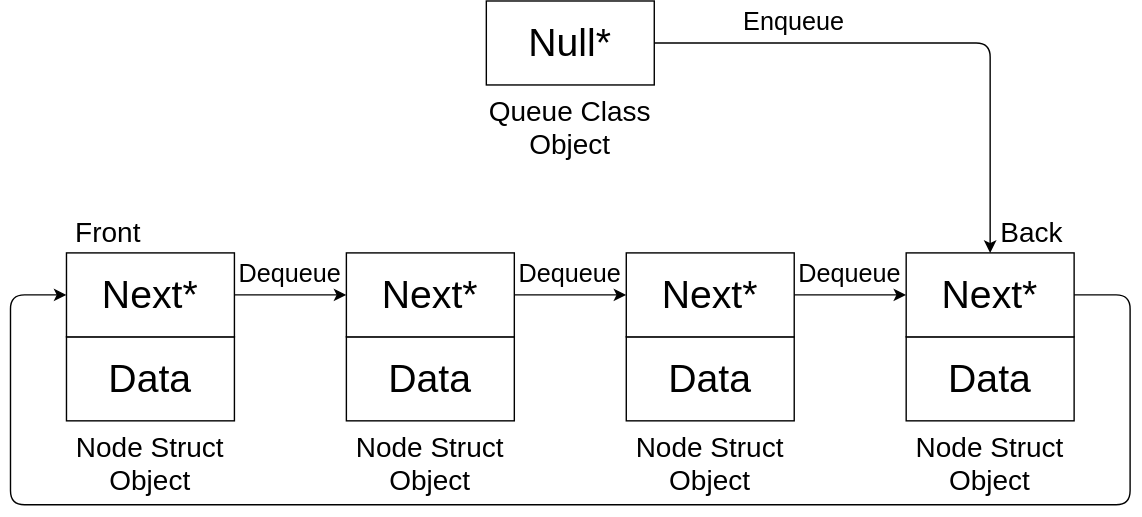
This is Diagrams/Cyclic_Queue.svg from DominicSieli/Computer-Science, a draw.io export, as it was before one commit. Source tidied: cells renumbered, new cells last; positions are measured from the earlier drawing's top-left corner, leaving out a move shared by most shapes. Source of this version:
```xml
<mxGraphModel>
  <root>
    <mxCell id="0" />
    <mxCell id="1" parent="0" />
    <mxCell id="2" value="&lt;font style=&quot;font-size: 28px&quot;&gt;Data&lt;/font&gt;" style="rounded=0;whiteSpace=wrap;html=1;" parent="1" vertex="1">
      <mxGeometry x="40" y="240" width="120" height="60" as="geometry" />
    </mxCell>
    <mxCell id="3" value="&lt;font style=&quot;font-size: 28px&quot;&gt;Next*&lt;/font&gt;" style="rounded=0;whiteSpace=wrap;html=1;" parent="1" vertex="1">
      <mxGeometry x="40" y="180" width="120" height="60" as="geometry" />
    </mxCell>
    <mxCell id="4" value="&lt;font style=&quot;font-size: 28px&quot;&gt;Data&lt;/font&gt;" style="rounded=0;whiteSpace=wrap;html=1;" parent="1" vertex="1">
      <mxGeometry x="240" y="240" width="120" height="60" as="geometry" />
    </mxCell>
    <mxCell id="5" value="&lt;font style=&quot;font-size: 28px&quot;&gt;Next*&lt;/font&gt;" style="rounded=0;whiteSpace=wrap;html=1;" parent="1" vertex="1">
      <mxGeometry x="240" y="180" width="120" height="60" as="geometry" />
    </mxCell>
    <mxCell id="6" value="&lt;font style=&quot;font-size: 28px&quot;&gt;Data&lt;/font&gt;" style="rounded=0;whiteSpace=wrap;html=1;" parent="1" vertex="1">
      <mxGeometry x="440" y="240" width="120" height="60" as="geometry" />
    </mxCell>
    <mxCell id="7" value="&lt;font style=&quot;font-size: 28px&quot;&gt;Next*&lt;/font&gt;" style="rounded=0;whiteSpace=wrap;html=1;" parent="1" vertex="1">
      <mxGeometry x="440" y="180" width="120" height="60" as="geometry" />
    </mxCell>
    <mxCell id="8" value="&lt;font style=&quot;font-size: 28px&quot;&gt;Data&lt;/font&gt;" style="rounded=0;whiteSpace=wrap;html=1;" parent="1" vertex="1">
      <mxGeometry x="640" y="240" width="120" height="60" as="geometry" />
    </mxCell>
    <mxCell id="9" value="&lt;font style=&quot;font-size: 28px&quot;&gt;Next*&lt;/font&gt;" style="rounded=0;whiteSpace=wrap;html=1;" parent="1" vertex="1">
      <mxGeometry x="640" y="180" width="120" height="60" as="geometry" />
    </mxCell>
    <mxCell id="10" style="endArrow=classic;html=1;exitX=1;exitY=0.5;exitDx=0;exitDy=0;entryX=0;entryY=0.5;entryDx=0;entryDy=0;" parent="1" edge="1" source="3" target="5">
      <mxGeometry relative="1" as="geometry" />
    </mxCell>
    <mxCell id="11" style="endArrow=classic;html=1;exitX=1;exitY=0.5;exitDx=0;exitDy=0;entryX=0;entryY=0.5;entryDx=0;entryDy=0;" parent="1" edge="1" source="5" target="7">
      <mxGeometry relative="1" as="geometry" />
    </mxCell>
    <mxCell id="12" style="endArrow=classic;html=1;entryX=0;entryY=0.5;entryDx=0;entryDy=0;exitX=1;exitY=0.5;exitDx=0;exitDy=0;" parent="1" edge="1" source="7" target="9">
      <mxGeometry relative="1" as="geometry" />
    </mxCell>
    <mxCell id="13" value="&lt;font style=&quot;font-size: 28px&quot;&gt;Null*&lt;/font&gt;" style="rounded=0;whiteSpace=wrap;html=1;" parent="1" vertex="1">
      <mxGeometry x="340" width="120" height="60" as="geometry" />
    </mxCell>
    <mxCell id="14" style="endArrow=classic;html=1;exitX=1;exitY=0.5;exitDx=0;exitDy=0;entryX=0;entryY=0.5;entryDx=0;entryDy=0;" parent="1" edge="1" source="9" target="3">
      <mxGeometry relative="1" as="geometry">
        <Array as="points">
          <mxPoint x="800" y="210" />
          <mxPoint x="800" y="360" />
          <mxPoint y="360" />
          <mxPoint y="210" />
        </Array>
      </mxGeometry>
    </mxCell>
    <mxCell id="15" value="&lt;font style=&quot;font-size: 20px&quot;&gt;Queue Class&lt;br&gt;Object&lt;br&gt;&lt;/font&gt;" style="text;html=1;strokeColor=none;fillColor=none;align=center;verticalAlign=middle;whiteSpace=wrap;rounded=0;" parent="1" vertex="1">
      <mxGeometry x="340" y="60" width="120" height="60" as="geometry" />
    </mxCell>
    <mxCell id="16" value="&lt;font style=&quot;font-size: 20px&quot;&gt;Front&lt;/font&gt;" style="text;html=1;strokeColor=none;fillColor=none;align=center;verticalAlign=middle;whiteSpace=wrap;rounded=0;" parent="1" vertex="1">
      <mxGeometry x="40" y="150" width="60" height="30" as="geometry" />
    </mxCell>
    <mxCell id="17" value="&lt;font style=&quot;font-size: 20px&quot;&gt;Node Struct&lt;br&gt;Object&lt;br&gt;&lt;/font&gt;" style="text;html=1;strokeColor=none;fillColor=none;align=center;verticalAlign=middle;whiteSpace=wrap;rounded=0;" parent="1" vertex="1">
      <mxGeometry x="40" y="300" width="120" height="60" as="geometry" />
    </mxCell>
    <mxCell id="18" value="&lt;font style=&quot;font-size: 20px&quot;&gt;Node Struct&lt;br&gt;Object&lt;br&gt;&lt;/font&gt;" style="text;html=1;strokeColor=none;fillColor=none;align=center;verticalAlign=middle;whiteSpace=wrap;rounded=0;" parent="1" vertex="1">
      <mxGeometry x="240" y="300" width="120" height="60" as="geometry" />
    </mxCell>
    <mxCell id="19" value="&lt;font style=&quot;font-size: 20px&quot;&gt;Node Struct&lt;br&gt;Object&lt;br&gt;&lt;/font&gt;" style="text;html=1;strokeColor=none;fillColor=none;align=center;verticalAlign=middle;whiteSpace=wrap;rounded=0;" parent="1" vertex="1">
      <mxGeometry x="440" y="300" width="120" height="60" as="geometry" />
    </mxCell>
    <mxCell id="20" value="&lt;font style=&quot;font-size: 20px&quot;&gt;Node Struct&lt;br&gt;Object&lt;br&gt;&lt;/font&gt;" style="text;html=1;strokeColor=none;fillColor=none;align=center;verticalAlign=middle;whiteSpace=wrap;rounded=0;" parent="1" vertex="1">
      <mxGeometry x="640" y="300" width="120" height="60" as="geometry" />
    </mxCell>
    <mxCell id="21" style="endArrow=classic;html=1;exitX=1;exitY=0.5;exitDx=0;exitDy=0;entryX=0;entryY=1;entryDx=0;entryDy=0;" parent="1" edge="1" source="13">
      <mxGeometry relative="1" as="geometry">
        <mxPoint x="700" y="180" as="targetPoint" />
        <Array as="points">
          <mxPoint x="700" y="30" />
        </Array>
      </mxGeometry>
    </mxCell>
    <mxCell id="22" value="&lt;font style=&quot;font-size: 20px&quot;&gt;Back&lt;/font&gt;" style="text;html=1;strokeColor=none;fillColor=none;align=center;verticalAlign=middle;whiteSpace=wrap;rounded=0;" parent="1" vertex="1">
      <mxGeometry x="700" y="150" width="60" height="30" as="geometry" />
    </mxCell>
    <mxCell id="23" value="&lt;font style=&quot;font-size: 18px&quot;&gt;Enqueue&lt;/font&gt;" style="text;html=1;strokeColor=none;fillColor=none;align=center;verticalAlign=middle;whiteSpace=wrap;rounded=0;" parent="1" vertex="1">
      <mxGeometry x="520" width="80" height="30" as="geometry" />
    </mxCell>
    <mxCell id="24" value="&lt;font style=&quot;font-size: 18px&quot;&gt;Dequeue&lt;/font&gt;" style="text;html=1;strokeColor=none;fillColor=none;align=center;verticalAlign=middle;whiteSpace=wrap;rounded=0;" parent="1" vertex="1">
      <mxGeometry x="160" y="180" width="80" height="30" as="geometry" />
    </mxCell>
    <mxCell id="25" value="&lt;span style=&quot;font-size: 18px&quot;&gt;Dequeue&lt;/span&gt;" style="text;html=1;strokeColor=none;fillColor=none;align=center;verticalAlign=middle;whiteSpace=wrap;rounded=0;" parent="1" vertex="1">
      <mxGeometry x="360" y="180" width="80" height="30" as="geometry" />
    </mxCell>
    <mxCell id="26" value="&lt;span style=&quot;font-size: 18px&quot;&gt;Dequeue&lt;/span&gt;" style="text;html=1;strokeColor=none;fillColor=none;align=center;verticalAlign=middle;whiteSpace=wrap;rounded=0;" parent="1" vertex="1">
      <mxGeometry x="560" y="180" width="80" height="30" as="geometry" />
    </mxCell>
  </root>
</mxGraphModel>
```
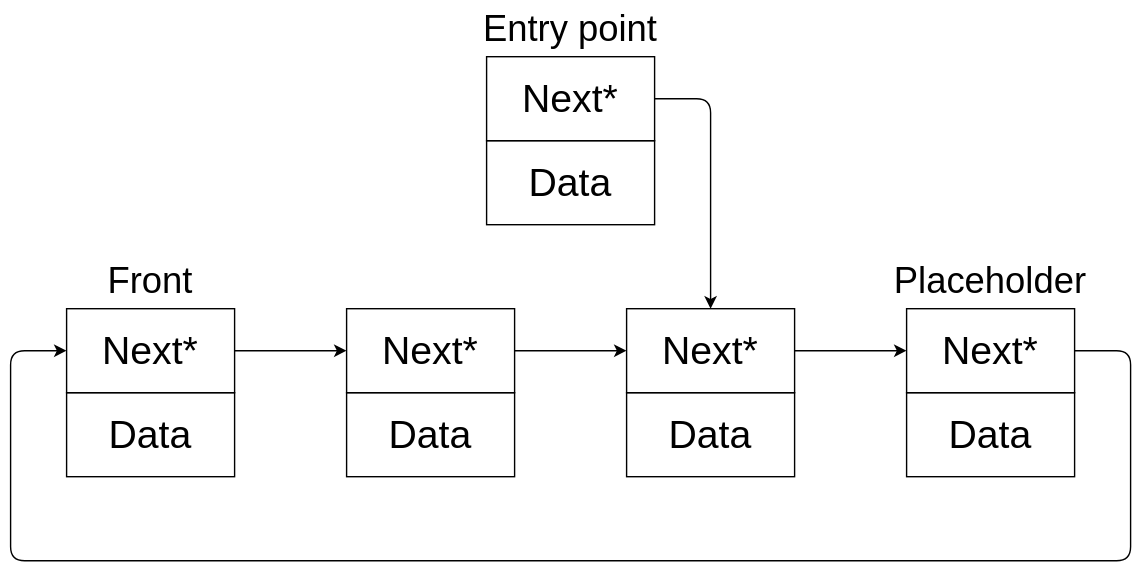
Above is the later version.

Change to the diagram source:
```diff
@@ -35,9 +35,6 @@
     <mxCell id="12" style="endArrow=classic;html=1;entryX=0;entryY=0.5;entryDx=0;entryDy=0;exitX=1;exitY=0.5;exitDx=0;exitDy=0;" parent="1" edge="1" source="7" target="9">
       <mxGeometry relative="1" as="geometry" />
     </mxCell>
-    <mxCell id="13" value="&lt;font style=&quot;font-size: 28px&quot;&gt;Null*&lt;/font&gt;" style="rounded=0;whiteSpace=wrap;html=1;" parent="1" vertex="1">
-      <mxGeometry x="340" width="120" height="60" as="geometry" />
-    </mxCell>
     <mxCell id="14" style="endArrow=classic;html=1;exitX=1;exitY=0.5;exitDx=0;exitDy=0;entryX=0;entryY=0.5;entryDx=0;entryDy=0;" parent="1" edge="1" source="9" target="3">
       <mxGeometry relative="1" as="geometry">
         <Array as="points">
@@ -48,46 +45,27 @@
         </Array>
       </mxGeometry>
     </mxCell>
-    <mxCell id="15" value="&lt;font style=&quot;font-size: 20px&quot;&gt;Queue Class&lt;br&gt;Object&lt;br&gt;&lt;/font&gt;" style="text;html=1;strokeColor=none;fillColor=none;align=center;verticalAlign=middle;whiteSpace=wrap;rounded=0;" parent="1" vertex="1">
-      <mxGeometry x="340" y="60" width="120" height="60" as="geometry" />
-    </mxCell>
+    <mxCell id="21" style="endArrow=classic;html=1;entryX=0.5;entryY=0;entryDx=0;entryDy=0;exitX=1;exitY=0.5;exitDx=0;exitDy=0;" parent="1" edge="1" source="28" target="7">
+      <mxGeometry relative="1" as="geometry">
+        <Array as="points">
+          <mxPoint x="500" y="30" />
+        </Array>
+      </mxGeometry>
+    </mxCell>
+    <mxCell id="27" value="&lt;font style=&quot;font-size: 28px&quot;&gt;Data&lt;/font&gt;" style="rounded=0;whiteSpace=wrap;html=1;" parent="1" vertex="1">
+      <mxGeometry x="340" y="60" width="120" height="60" as="geometry" />
+    </mxCell>
+    <mxCell id="28" value="&lt;font style=&quot;font-size: 28px&quot;&gt;Next*&lt;/font&gt;" style="rounded=0;whiteSpace=wrap;html=1;" parent="1" vertex="1">
+      <mxGeometry x="340" width="120" height="60" as="geometry" />
+    </mxCell>
+    <mxCell id="29" value="&lt;font style=&quot;font-size: 26px&quot;&gt;Placeholder&lt;/font&gt;" style="text;html=1;strokeColor=none;fillColor=none;align=center;verticalAlign=middle;whiteSpace=wrap;rounded=0;" parent="1" vertex="1">
+      <mxGeometry x="610" y="140" width="180" height="40" as="geometry" />
+    </mxCell>
+    <mxCell id="30" value="&lt;font style=&quot;font-size: 26px&quot;&gt;Entry point&lt;/font&gt;" style="text;html=1;strokeColor=none;fillColor=none;align=center;verticalAlign=middle;whiteSpace=wrap;rounded=0;" parent="1" vertex="1">
+      <mxGeometry x="310" y="-40" width="180" height="40" as="geometry" />
+    </mxCell>
-    <mxCell id="16" value="&lt;font style=&quot;font-size: 20px&quot;&gt;Front&lt;/font&gt;" style="text;html=1;strokeColor=none;fillColor=none;align=center;verticalAlign=middle;whiteSpace=wrap;rounded=0;" parent="1" vertex="1">
-      <mxGeometry x="40" y="150" width="60" height="30" as="geometry" />
+    <mxCell id="16" value="&lt;font style=&quot;font-size: 26px&quot;&gt;Front&lt;/font&gt;" style="text;html=1;strokeColor=none;fillColor=none;align=center;verticalAlign=middle;whiteSpace=wrap;rounded=0;" parent="1" vertex="1">
+      <mxGeometry x="10" y="140" width="180" height="40" as="geometry" />
     </mxCell>
-    <mxCell id="17" value="&lt;font style=&quot;font-size: 20px&quot;&gt;Node Struct&lt;br&gt;Object&lt;br&gt;&lt;/font&gt;" style="text;html=1;strokeColor=none;fillColor=none;align=center;verticalAlign=middle;whiteSpace=wrap;rounded=0;" parent="1" vertex="1">
-      <mxGeometry x="40" y="300" width="120" height="60" as="geometry" />
-    </mxCell>
-    <mxCell id="18" value="&lt;font style=&quot;font-size: 20px&quot;&gt;Node Struct&lt;br&gt;Object&lt;br&gt;&lt;/font&gt;" style="text;html=1;strokeColor=none;fillColor=none;align=center;verticalAlign=middle;whiteSpace=wrap;rounded=0;" parent="1" vertex="1">
-      <mxGeometry x="240" y="300" width="120" height="60" as="geometry" />
-    </mxCell>
-    <mxCell id="19" value="&lt;font style=&quot;font-size: 20px&quot;&gt;Node Struct&lt;br&gt;Object&lt;br&gt;&lt;/font&gt;" style="text;html=1;strokeColor=none;fillColor=none;align=center;verticalAlign=middle;whiteSpace=wrap;rounded=0;" parent="1" vertex="1">
-      <mxGeometry x="440" y="300" width="120" height="60" as="geometry" />
-    </mxCell>
-    <mxCell id="20" value="&lt;font style=&quot;font-size: 20px&quot;&gt;Node Struct&lt;br&gt;Object&lt;br&gt;&lt;/font&gt;" style="text;html=1;strokeColor=none;fillColor=none;align=center;verticalAlign=middle;whiteSpace=wrap;rounded=0;" parent="1" vertex="1">
-      <mxGeometry x="640" y="300" width="120" height="60" as="geometry" />
-    </mxCell>
-    <mxCell id="21" style="endArrow=classic;html=1;exitX=1;exitY=0.5;exitDx=0;exitDy=0;entryX=0;entryY=1;entryDx=0;entryDy=0;" parent="1" edge="1" source="13">
-      <mxGeometry relative="1" as="geometry">
-        <mxPoint x="700" y="180" as="targetPoint" />
-        <Array as="points">
-          <mxPoint x="700" y="30" />
-        </Array>
-      </mxGeometry>
-    </mxCell>
-    <mxCell id="22" value="&lt;font style=&quot;font-size: 20px&quot;&gt;Back&lt;/font&gt;" style="text;html=1;strokeColor=none;fillColor=none;align=center;verticalAlign=middle;whiteSpace=wrap;rounded=0;" parent="1" vertex="1">
-      <mxGeometry x="700" y="150" width="60" height="30" as="geometry" />
-    </mxCell>
-    <mxCell id="23" value="&lt;font style=&quot;font-size: 18px&quot;&gt;Enqueue&lt;/font&gt;" style="text;html=1;strokeColor=none;fillColor=none;align=center;verticalAlign=middle;whiteSpace=wrap;rounded=0;" parent="1" vertex="1">
-      <mxGeometry x="520" width="80" height="30" as="geometry" />
-    </mxCell>
-    <mxCell id="24" value="&lt;font style=&quot;font-size: 18px&quot;&gt;Dequeue&lt;/font&gt;" style="text;html=1;strokeColor=none;fillColor=none;align=center;verticalAlign=middle;whiteSpace=wrap;rounded=0;" parent="1" vertex="1">
-      <mxGeometry x="160" y="180" width="80" height="30" as="geometry" />
-    </mxCell>
-    <mxCell id="25" value="&lt;span style=&quot;font-size: 18px&quot;&gt;Dequeue&lt;/span&gt;" style="text;html=1;strokeColor=none;fillColor=none;align=center;verticalAlign=middle;whiteSpace=wrap;rounded=0;" parent="1" vertex="1">
-      <mxGeometry x="360" y="180" width="80" height="30" as="geometry" />
-    </mxCell>
-    <mxCell id="26" value="&lt;span style=&quot;font-size: 18px&quot;&gt;Dequeue&lt;/span&gt;" style="text;html=1;strokeColor=none;fillColor=none;align=center;verticalAlign=middle;whiteSpace=wrap;rounded=0;" parent="1" vertex="1">
-      <mxGeometry x="560" y="180" width="80" height="30" as="geometry" />
-    </mxCell>
   </root>
 </mxGraphModel>
```
